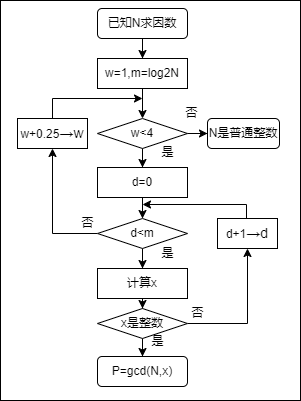
The draw.io diagram 未命名绘图.drawio.png in lynxswf/lynxswf, before a commit. Source tidied: cells renumbered, new cells last; positions are measured from the earlier drawing's top-left corner, leaving out a move shared by most shapes.
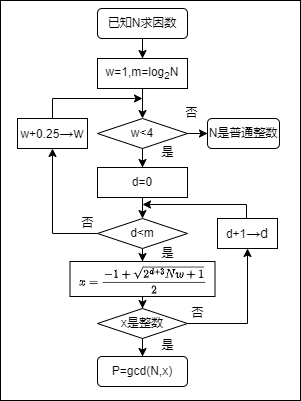
After the change.

Commit message:
更新未命名绘图.drawio.png

What changed in the source:
```diff
@@ -14,7 +14,7 @@
     <mxCell id="5" style="edgeStyle=orthogonalEdgeStyle;rounded=0;jettySize=auto;html=1;" parent="1" edge="1" source="6" target="29">
       <mxGeometry relative="1" as="geometry" />
     </mxCell>
-    <mxCell id="6" value="w=1,m=log2N" style="rounded=0;whiteSpace=wrap;html=1;" parent="1" vertex="1">
+    <mxCell id="6" value="w=1,m=log&lt;sub&gt;2&lt;/sub&gt;N" style="rounded=0;whiteSpace=wrap;html=1;" parent="1" vertex="1">
       <mxGeometry x="97" y="58" width="90" height="30" as="geometry" />
     </mxCell>
     <mxCell id="7" style="edgeStyle=orthogonalEdgeStyle;rounded=0;jettySize=auto;html=1;" parent="1" edge="1" source="29" target="10">
@@ -41,8 +41,8 @@
     <mxCell id="14" style="edgeStyle=orthogonalEdgeStyle;rounded=0;jettySize=auto;html=1;" parent="1" edge="1" source="15" target="18">
       <mxGeometry relative="1" as="geometry" />
     </mxCell>
-    <mxCell id="15" value="计算x" style="rounded=0;whiteSpace=wrap;html=1;" parent="1" vertex="1">
-      <mxGeometry x="97" y="268" width="90" height="30" as="geometry" />
+    <mxCell id="15" value="&lt;font style=&quot;font-size: 10px;&quot;&gt;$$x=\frac{-1+\sqrt{{{2}^{d+3}}Nw+1}}{2}$$&lt;/font&gt;" style="rounded=0;whiteSpace=wrap;html=1;fontSize=6;" parent="1" vertex="1">
+      <mxGeometry x="69.5" y="261" width="145" height="35" as="geometry" />
     </mxCell>
     <mxCell id="16" style="edgeStyle=orthogonalEdgeStyle;rounded=0;jettySize=auto;html=1;" parent="1" edge="1" source="18" target="19">
       <mxGeometry relative="1" as="geometry" />
@@ -69,7 +69,7 @@
       <mxGeometry x="177" y="298" width="40" height="30" as="geometry" />
     </mxCell>
     <mxCell id="24" value="是" style="text;html=1;align=center;verticalAlign=middle;strokeColor=none;fillColor=none;" parent="1" vertex="1">
-      <mxGeometry x="137" y="326" width="40" height="30" as="geometry" />
+      <mxGeometry x="147" y="330" width="40" height="30" as="geometry" />
     </mxCell>
     <mxCell id="25" value="否" style="text;html=1;align=center;verticalAlign=middle;strokeColor=none;fillColor=none;" parent="1" vertex="1">
       <mxGeometry x="67" y="208" width="40" height="30" as="geometry" />
```
